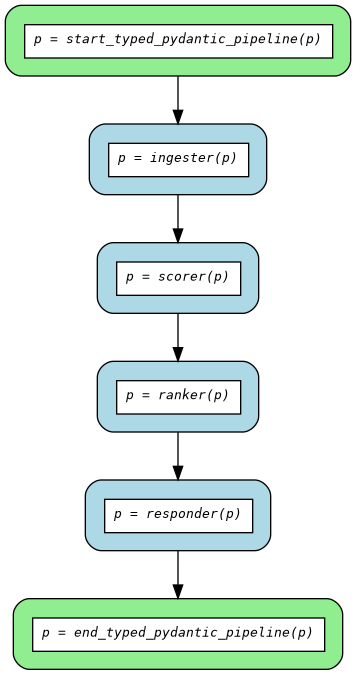
Earlier version of the Graphviz export examples/flows/compiled/typed_pydantic_pipeline/flow.png (deliveryhero/asya). Its source is kept beside it as examples/flows/compiled/typed_pydantic_pipeline/flow.dot.
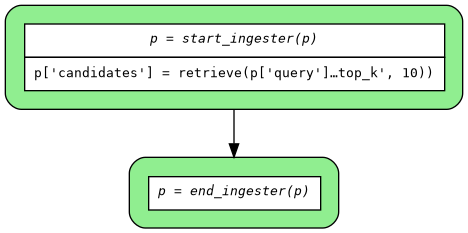
After the commit.

Commit message:
refactor(examples): restructure pydantic pipeline with adapter pattern

The edit, as a diff of the source:
```diff
@@ -4,16 +4,8 @@
   node [fontname="Courier", fontsize=10, shape=box, style="filled,rounded", margin="0.2"];
   edge [fontname="Courier", fontsize=10];
 
-  start_typed_pydantic_pipeline [fillcolor="lightgreen", group="main", label=<<table border="0" cellspacing="0" cellpadding="6" cellborder="1"><tr><td bgcolor="white" align="center"><i>p = start_typed_pydantic_pipeline(p)</i></td></tr></table>>];
-  end_typed_pydantic_pipeline [fillcolor="lightgreen", group="main", label=<<table border="0" cellspacing="0" cellpadding="6" cellborder="1"><tr><td bgcolor="white" align="center"><i>p = end_typed_pydantic_pipeline(p)</i></td></tr></table>>];
-  ingester [fillcolor="lightblue", label=<<table border="0" cellspacing="0" cellpadding="6" cellborder="1"><tr><td bgcolor="white" align="center"><i>p = ingester(p)</i></td></tr></table>>];
-  ranker [fillcolor="lightblue", label=<<table border="0" cellspacing="0" cellpadding="6" cellborder="1"><tr><td bgcolor="white" align="center"><i>p = ranker(p)</i></td></tr></table>>];
-  responder [fillcolor="lightblue", label=<<table border="0" cellspacing="0" cellpadding="6" cellborder="1"><tr><td bgcolor="white" align="center"><i>p = responder(p)</i></td></tr></table>>];
-  scorer [fillcolor="lightblue", label=<<table border="0" cellspacing="0" cellpadding="6" cellborder="1"><tr><td bgcolor="white" align="center"><i>p = scorer(p)</i></td></tr></table>>];
+  start_ingester [fillcolor="lightgreen", group="main", label=<<table border="0" cellspacing="0" cellpadding="6" cellborder="1"><tr><td bgcolor="white" align="center"><i>p = start_ingester(p)</i></td></tr><tr><td bgcolor="white" align="left">p['candidates'] = retrieve(p['query']…top_k', 10))</td></tr></table>>];
+  end_ingester [fillcolor="lightgreen", group="main", label=<<table border="0" cellspacing="0" cellpadding="6" cellborder="1"><tr><td bgcolor="white" align="center"><i>p = end_ingester(p)</i></td></tr></table>>];
 
-  ingester -> scorer;
-  ranker -> responder;
-  responder -> end_typed_pydantic_pipeline;
-  scorer -> ranker;
-  start_typed_pydantic_pipeline -> ingester;
+  start_ingester -> end_ingester;
 }
```
